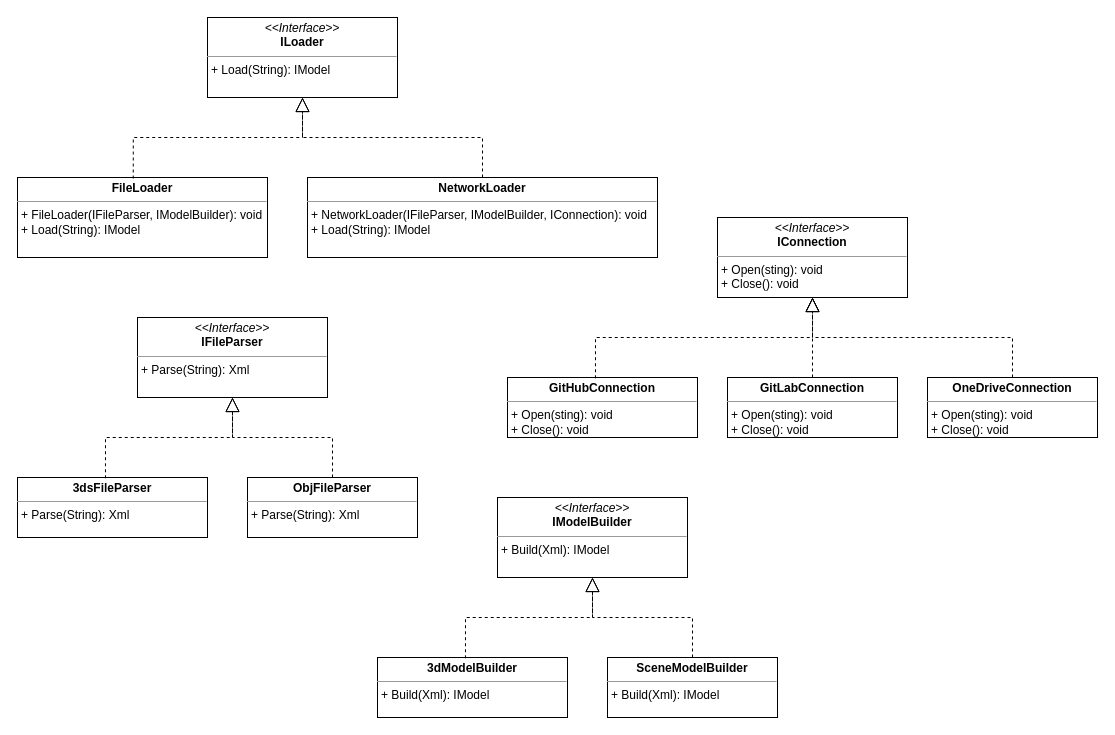
This is page "Loading" (1 of 2) of module_2/Classes.drawio from SheinEA/gb_architect, a draw.io file, before an edit. Source tidied: cells renumbered, new cells numbered last; positions are measured from the earlier drawing's top-left corner, leaving out a move shared by most shapes. Both pictures are drawn from the tidied source at 100%, with x=0, y=0 at pixel (17, 17).
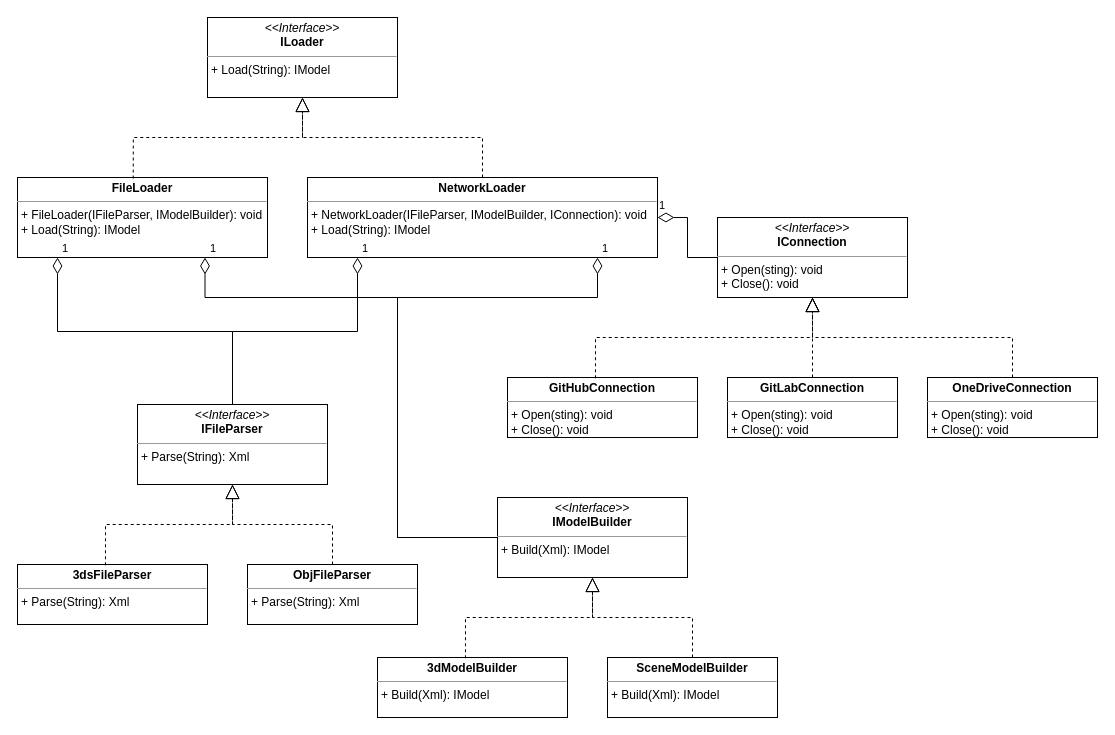
Above is the later version.

Unchanged cells that the change refers to:
```xml
<mxCell id="3" value="&lt;p style=&quot;margin: 0px ; margin-top: 4px ; text-align: center&quot;&gt;&lt;b&gt;FileLoader&lt;/b&gt;&lt;br&gt;&lt;/p&gt;&lt;hr size=&quot;1&quot;&gt;&lt;p style=&quot;margin: 0px ; margin-left: 4px&quot;&gt;+ FileLoader(IFileParser, IModelBuilder): void&lt;/p&gt;&lt;p style=&quot;margin: 0px ; margin-left: 4px&quot;&gt;+ Load(String): IModel&lt;br&gt;&lt;/p&gt;" style="verticalAlign=top;align=left;overflow=fill;fontSize=12;fontFamily=Helvetica;html=1;" parent="1" vertex="1">
  <mxGeometry y="160" width="250" height="80" as="geometry" />
</mxCell>
<mxCell id="4" value="&lt;p style=&quot;margin: 0px ; margin-top: 4px ; text-align: center&quot;&gt;&lt;b&gt;NetworkLoader&lt;/b&gt;&lt;br&gt;&lt;/p&gt;&lt;hr size=&quot;1&quot;&gt;&lt;p style=&quot;margin: 0px ; margin-left: 4px&quot;&gt;+ NetworkLoader(IFileParser, IModelBuilder, IConnection): void&lt;/p&gt;&lt;p style=&quot;margin: 0px ; margin-left: 4px&quot;&gt;+ Load(String): IModel&lt;/p&gt;" style="verticalAlign=top;align=left;overflow=fill;fontSize=12;fontFamily=Helvetica;html=1;" parent="1" vertex="1">
  <mxGeometry x="290" y="160" width="350" height="80" as="geometry" />
</mxCell>
<mxCell id="12" value="&lt;p style=&quot;margin: 0px ; margin-top: 4px ; text-align: center&quot;&gt;&lt;i&gt;&amp;lt;&amp;lt;Interface&amp;gt;&amp;gt;&lt;/i&gt;&lt;br&gt;&lt;b&gt;IModelBuilder&lt;/b&gt;&lt;/p&gt;&lt;hr size=&quot;1&quot;&gt;&lt;p style=&quot;margin: 0px ; margin-left: 4px&quot;&gt;+ Build(Xml): IModel&lt;br&gt;&lt;/p&gt;" style="verticalAlign=top;align=left;overflow=fill;fontSize=12;fontFamily=Helvetica;html=1;" parent="1" vertex="1">
  <mxGeometry x="480" y="480" width="190" height="80" as="geometry" />
</mxCell>
<mxCell id="17" value="&lt;p style=&quot;margin: 0px ; margin-top: 4px ; text-align: center&quot;&gt;&lt;i&gt;&amp;lt;&amp;lt;Interface&amp;gt;&amp;gt;&lt;/i&gt;&lt;br&gt;&lt;b&gt;IConnection&lt;/b&gt;&lt;/p&gt;&lt;hr size=&quot;1&quot;&gt;&lt;p style=&quot;margin: 0px ; margin-left: 4px&quot;&gt;+ Open(sting): void&lt;br&gt;&lt;/p&gt;&lt;p style=&quot;margin: 0px ; margin-left: 4px&quot;&gt;+ Close(): void&lt;br&gt;&lt;/p&gt;" style="verticalAlign=top;align=left;overflow=fill;fontSize=12;fontFamily=Helvetica;html=1;" parent="1" vertex="1">
  <mxGeometry x="700" y="200" width="190" height="80" as="geometry" />
</mxCell>
```

The edit, as a diff of the source:
```diff
@@
     <mxCell id="7" value="&lt;p style=&quot;margin: 0px ; margin-top: 4px ; text-align: center&quot;&gt;&lt;i&gt;&amp;lt;&amp;lt;Interface&amp;gt;&amp;gt;&lt;/i&gt;&lt;br&gt;&lt;b&gt;IFileParser&lt;/b&gt;&lt;/p&gt;&lt;hr size=&quot;1&quot;&gt;&lt;p style=&quot;margin: 0px ; margin-left: 4px&quot;&gt;+ Parse(String): Xml&lt;br&gt;&lt;/p&gt;" style="verticalAlign=top;align=left;overflow=fill;fontSize=12;fontFamily=Helvetica;html=1;" parent="1" vertex="1">
-      <mxGeometry x="120" y="300" width="190" height="80" as="geometry" />
+      <mxGeometry x="120" y="387" width="190" height="80" as="geometry" />
     </mxCell>
     <mxCell id="8" value="&lt;p style=&quot;margin: 0px ; margin-top: 4px ; text-align: center&quot;&gt;&lt;b&gt;3dsFileParser&lt;/b&gt;&lt;/p&gt;&lt;hr size=&quot;1&quot;&gt;&lt;p style=&quot;margin: 0px ; margin-left: 4px&quot;&gt;+ Parse(String): Xml&lt;br&gt;&lt;/p&gt;" style="verticalAlign=top;align=left;overflow=fill;fontSize=12;fontFamily=Helvetica;html=1;" parent="1" vertex="1">
-      <mxGeometry y="460" width="190" height="60" as="geometry" />
+      <mxGeometry y="547" width="190" height="60" as="geometry" />
     </mxCell>
     <mxCell id="9" value="&lt;p style=&quot;outline: 0px ; margin: 4px 0px 0px ; text-align: center&quot;&gt;&lt;b style=&quot;outline: 0px&quot;&gt;ObjFileParser&lt;/b&gt;&lt;/p&gt;&lt;hr size=&quot;1&quot;&gt;&lt;p style=&quot;margin: 0px 0px 0px 4px&quot;&gt;+ Parse(String): Xml&lt;/p&gt;" style="verticalAlign=top;align=left;overflow=fill;fontSize=12;fontFamily=Helvetica;html=1;" parent="1" vertex="1">
-      <mxGeometry x="230" y="460" width="170" height="60" as="geometry" />
+      <mxGeometry x="230" y="547" width="170" height="60" as="geometry" />
     </mxCell>
@@
+    <mxCell id="24" value="1" style="endArrow=none;html=1;endSize=12;startArrow=diamondThin;startSize=14;startFill=0;edgeStyle=orthogonalEdgeStyle;align=left;verticalAlign=bottom;endFill=0;entryX=0;entryY=0.5;entryDx=0;entryDy=0;rounded=0;" parent="1" edge="1" source="4" target="17">
+      <mxGeometry x="-1" y="3" relative="1" as="geometry" />
+    </mxCell>
+    <mxCell id="25" value="1" style="endArrow=none;html=1;endSize=12;startArrow=diamondThin;startSize=14;startFill=0;edgeStyle=orthogonalEdgeStyle;align=left;verticalAlign=bottom;endFill=0;rounded=0;" parent="1" edge="1" source="3" target="7">
+      <mxGeometry x="-1" y="3" relative="1" as="geometry">
+        <Array as="points">
+          <mxPoint x="40" y="314" />
+          <mxPoint x="215" y="314" />
+        </Array>
+      </mxGeometry>
+    </mxCell>
+    <mxCell id="26" value="1" style="endArrow=none;html=1;endSize=12;startArrow=diamondThin;startSize=14;startFill=0;edgeStyle=orthogonalEdgeStyle;align=left;verticalAlign=bottom;endFill=0;rounded=0;" parent="1" edge="1" source="4" target="7">
+      <mxGeometry x="-1" y="3" relative="1" as="geometry">
+        <Array as="points">
+          <mxPoint x="340" y="314" />
+          <mxPoint x="215" y="314" />
+        </Array>
+      </mxGeometry>
+    </mxCell>
+    <mxCell id="27" value="1" style="endArrow=none;html=1;endSize=12;startArrow=diamondThin;startSize=14;startFill=0;edgeStyle=orthogonalEdgeStyle;align=left;verticalAlign=bottom;endFill=0;rounded=0;exitX=0.75;exitY=1;exitDx=0;exitDy=0;entryX=0;entryY=0.5;entryDx=0;entryDy=0;" parent="1" edge="1" source="3" target="12">
+      <mxGeometry x="-1" y="3" relative="1" as="geometry">
+        <Array as="points">
+          <mxPoint x="188" y="280" />
+          <mxPoint x="380" y="280" />
+          <mxPoint x="380" y="520" />
+        </Array>
+      </mxGeometry>
+    </mxCell>
+    <mxCell id="28" value="1" style="endArrow=none;html=1;endSize=12;startArrow=diamondThin;startSize=14;startFill=0;edgeStyle=orthogonalEdgeStyle;align=left;verticalAlign=bottom;endFill=0;rounded=0;" parent="1" edge="1" source="4" target="12">
+      <mxGeometry x="-1" y="3" relative="1" as="geometry">
+        <Array as="points">
+          <mxPoint x="580" y="280" />
+          <mxPoint x="380" y="280" />
+          <mxPoint x="380" y="520" />
+        </Array>
+      </mxGeometry>
+    </mxCell>
```
